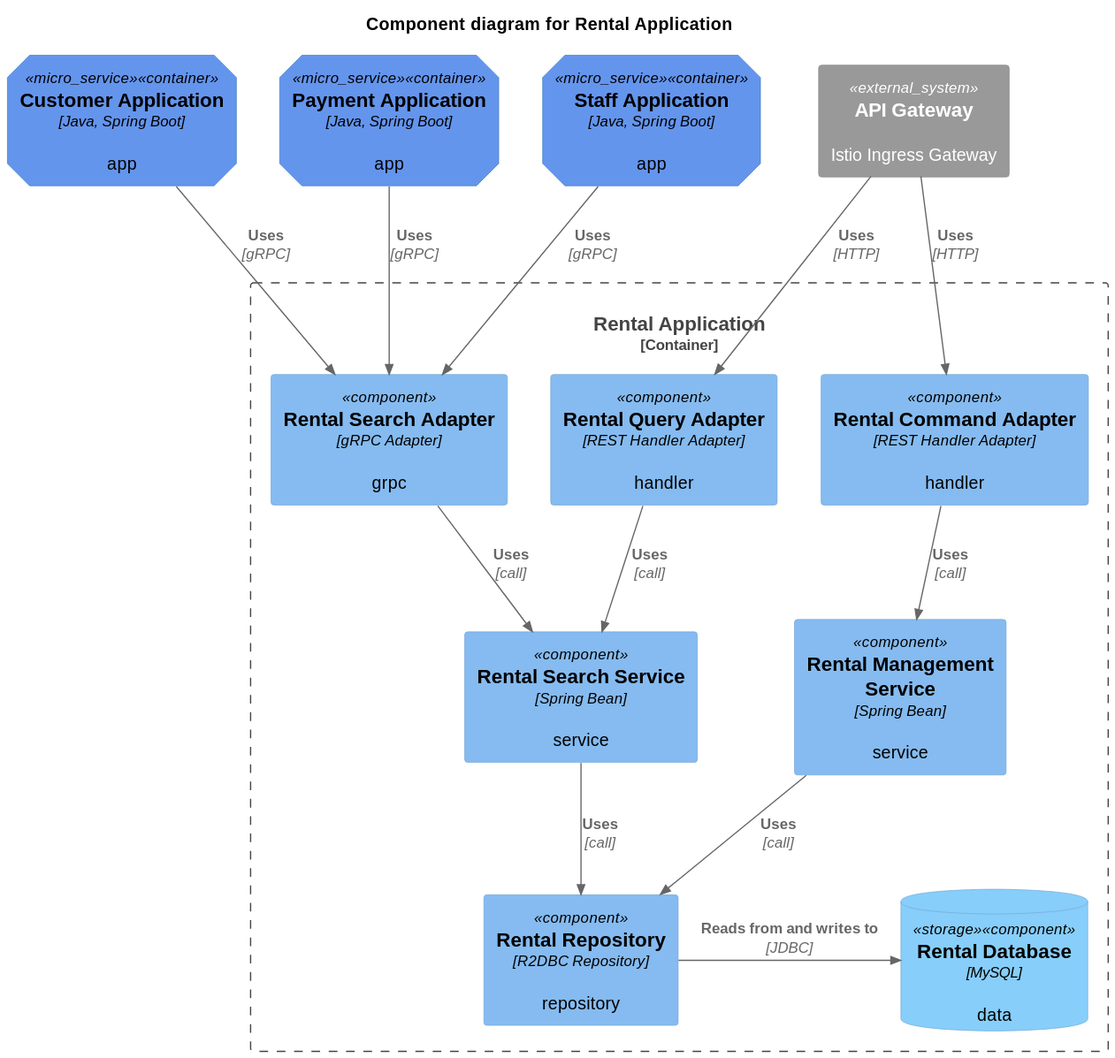
Before: diagram/component/rental-application.svg, a diagram exported from PlantUML (codejsha/sakila-microservices).
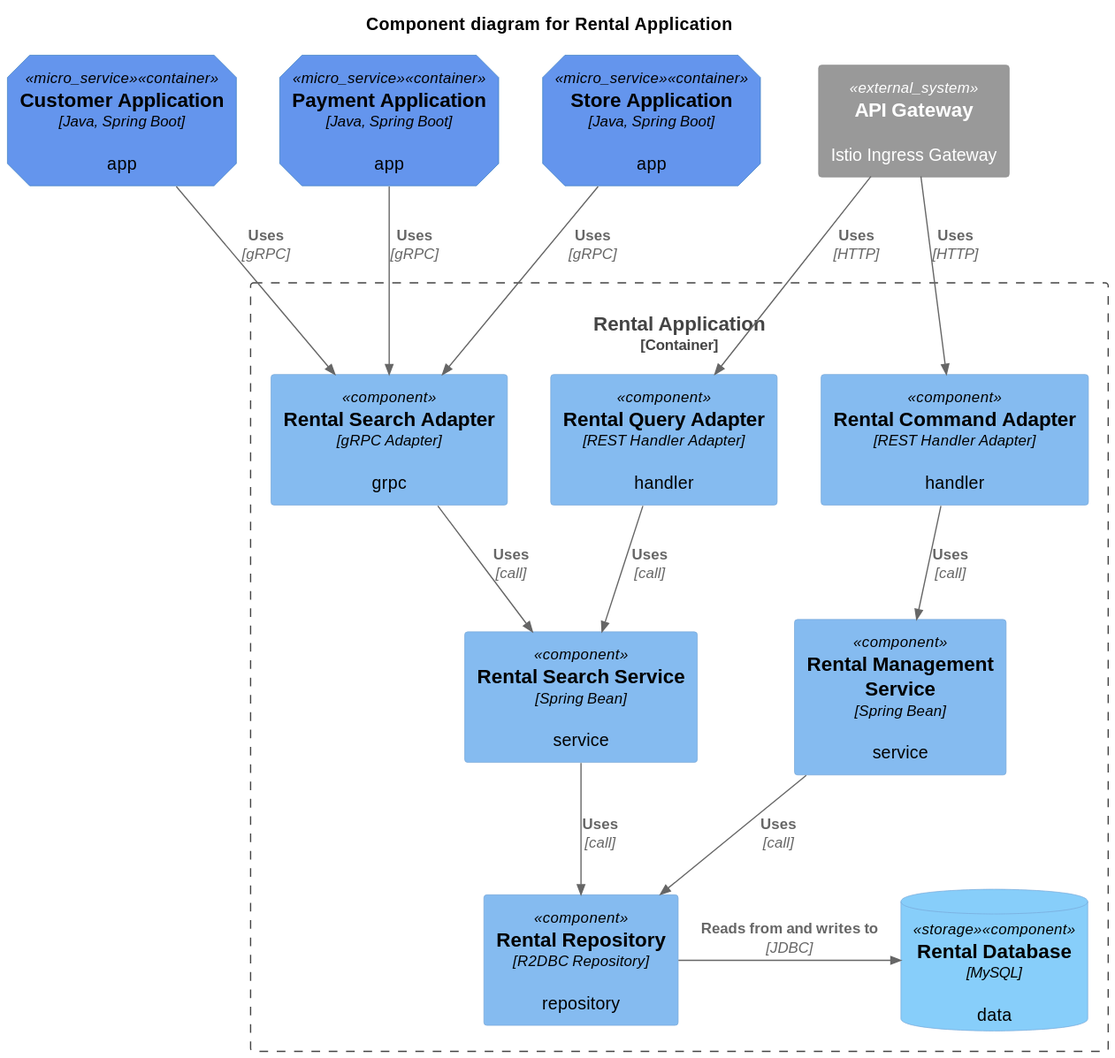
After the change.

What changed in the source:
```diff
@@ -8,7 +8,7 @@
 
 Container(customer_app, "Customer Application", "Java, Spring Boot", "app", $tags = "micro_service")
 Container(payment_app, "Payment Application", "Java, Spring Boot", "app", $tags = "micro_service")
-Container(staff_app, "Staff Application", "Java, Spring Boot", "app", $tags = "micro_service")
+Container(store_app, "Store Application", "Java, Spring Boot", "app", $tags = "micro_service")
 System_Ext(ingress_gateway, "API Gateway", "Istio Ingress Gateway")
 
 Container_Boundary(rental_app, "Rental Application") {
@@ -34,7 +34,7 @@
 
 Rel(customer_app, rental_search_adapter, "Uses", "gRPC")
 Rel(payment_app, rental_search_adapter, "Uses", "gRPC")
-Rel(staff_app, rental_search_adapter, "Uses", "gRPC")
+Rel(store_app, rental_search_adapter, "Uses", "gRPC")
 Rel(ingress_gateway, command_adapter, "Uses", "HTTP")
 Rel(ingress_gateway, query_adapter, "Uses", "HTTP")
 @enduml
```
